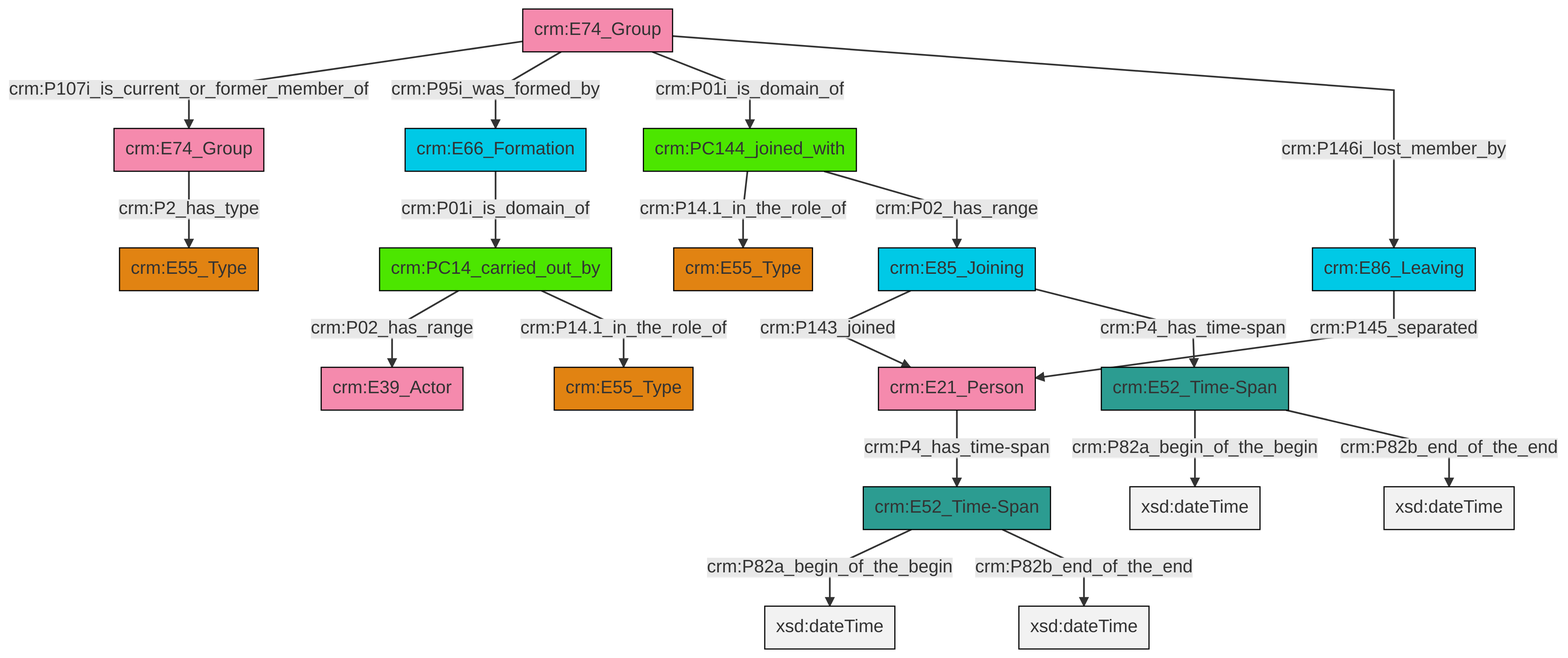
Earlier version of the Mermaid export et/groupCSV/ttl/mmd/png/group_actor_relations.png (swiss-art-research-net/docs.swissartresearch). Its source is kept beside it as et/groupCSV/ttl/mmd/group_actor_relations.ttl.mmd.
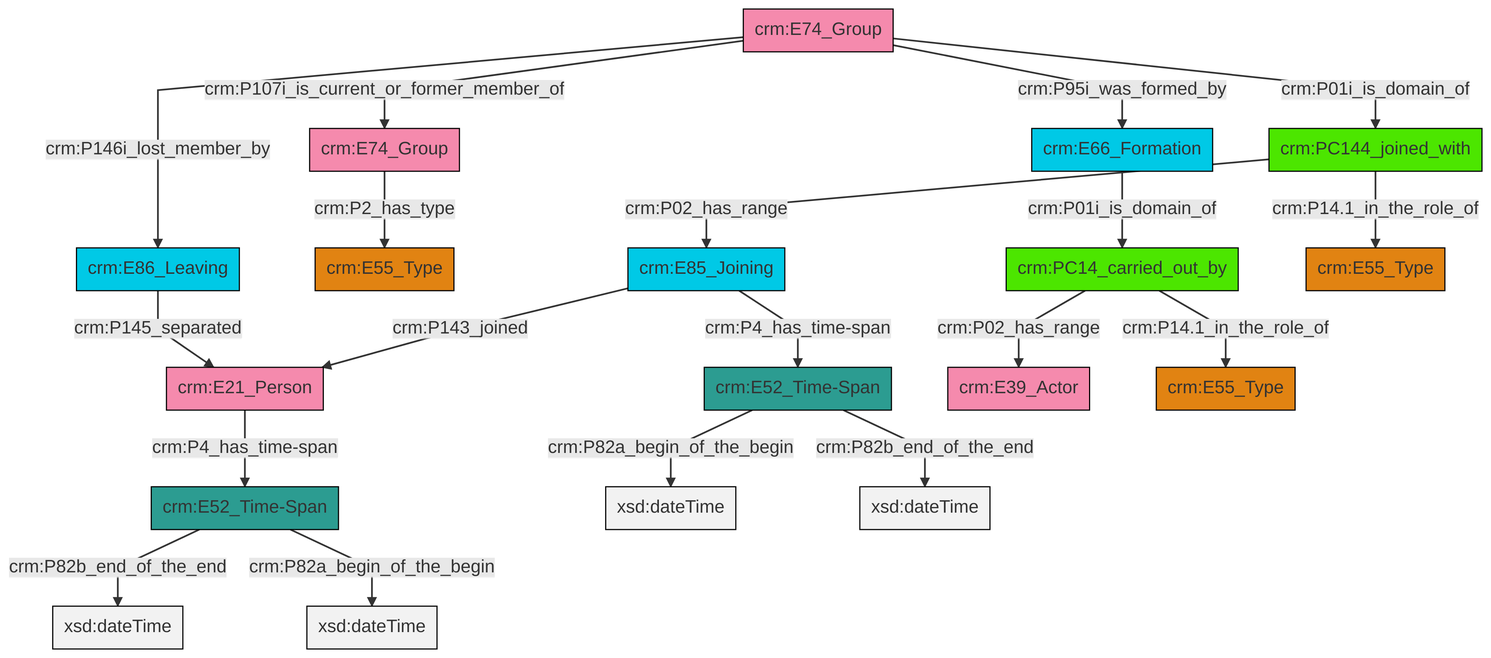
After the change.

The edit, as a diff of the source:
```diff
@@ -13,21 +13,21 @@
 classDef PC_Classes fill:#4ce600, stroke:#000000;
 classDef Multi fill:#cccccc,stroke:#000000;
 
-6["crm:PC144_joined_with"]:::PC_Classes -->|crm:P14.1_in_the_role_of| 4["crm:E55_Type"]:::Type
-7["crm:PC14_carried_out_by"]:::PC_Classes -->|crm:P02_has_range| 8["crm:E39_Actor"]:::Actor
-9["crm:E74_Group"]:::Actor -->|crm:P107i_is_current_or_former_member_of| 10["crm:E74_Group"]:::Actor
-7["crm:PC14_carried_out_by"]:::PC_Classes -->|crm:P14.1_in_the_role_of| 11["crm:E55_Type"]:::Type
-12["crm:E52_Time-Span"]:::Time-Span -->|crm:P82a_begin_of_the_begin| 14[xsd:dateTime]:::Literal
-12["crm:E52_Time-Span"]:::Time-Span -->|crm:P82b_end_of_the_end| 15[xsd:dateTime]:::Literal
-10["crm:E74_Group"]:::Actor -->|crm:P2_has_type| 0["crm:E55_Type"]:::Type
-22["crm:E66_Formation"]:::Temporal_Entity -->|crm:P01i_is_domain_of| 7["crm:PC14_carried_out_by"]:::PC_Classes
-9["crm:E74_Group"]:::Actor -->|crm:P95i_was_formed_by| 22["crm:E66_Formation"]:::Temporal_Entity
-2["crm:E21_Person"]:::Actor -->|crm:P4_has_time-span| 12["crm:E52_Time-Span"]:::Time-Span
-20["crm:E86_Leaving"]:::Temporal_Entity -->|crm:P145_separated| 2["crm:E21_Person"]:::Actor
-9["crm:E74_Group"]:::Actor -->|crm:P01i_is_domain_of| 6["crm:PC144_joined_with"]:::PC_Classes
-9["crm:E74_Group"]:::Actor -->|crm:P146i_lost_member_by| 20["crm:E86_Leaving"]:::Temporal_Entity
-6["crm:PC144_joined_with"]:::PC_Classes -->|crm:P02_has_range| 26["crm:E85_Joining"]:::Temporal_Entity
-26["crm:E85_Joining"]:::Temporal_Entity -->|crm:P143_joined| 2["crm:E21_Person"]:::Actor
-24["crm:E52_Time-Span"]:::Time-Span -->|crm:P82a_begin_of_the_begin| 32[xsd:dateTime]:::Literal
-24["crm:E52_Time-Span"]:::Time-Span -->|crm:P82b_end_of_the_end| 33[xsd:dateTime]:::Literal
-26["crm:E85_Joining"]:::Temporal_Entity -->|crm:P4_has_time-span| 24["crm:E52_Time-Span"]:::Time-Span
+2["crm:E85_Joining"]:::Temporal_Entity -->|crm:P143_joined| 3["crm:E21_Person"]:::Actor
+6["crm:E74_Group"]:::Actor -->|crm:P01i_is_domain_of| 7["crm:PC144_joined_with"]:::PC_Classes
+3["crm:E21_Person"]:::Actor -->|crm:P4_has_time-span| 0["crm:E52_Time-Span"]:::Time-Span
+2["crm:E85_Joining"]:::Temporal_Entity -->|crm:P4_has_time-span| 11["crm:E52_Time-Span"]:::Time-Span
+15["crm:E86_Leaving"]:::Temporal_Entity -->|crm:P145_separated| 3["crm:E21_Person"]:::Actor
+9["crm:PC14_carried_out_by"]:::PC_Classes -->|crm:P02_has_range| 13["crm:E39_Actor"]:::Actor
+6["crm:E74_Group"]:::Actor -->|crm:P95i_was_formed_by| 19["crm:E66_Formation"]:::Temporal_Entity
+0["crm:E52_Time-Span"]:::Time-Span -->|crm:P82b_end_of_the_end| 20[xsd:dateTime]:::Literal
+7["crm:PC144_joined_with"]:::PC_Classes -->|crm:P14.1_in_the_role_of| 22["crm:E55_Type"]:::Type
+11["crm:E52_Time-Span"]:::Time-Span -->|crm:P82a_begin_of_the_begin| 23[xsd:dateTime]:::Literal
+0["crm:E52_Time-Span"]:::Time-Span -->|crm:P82a_begin_of_the_begin| 24[xsd:dateTime]:::Literal
+7["crm:PC144_joined_with"]:::PC_Classes -->|crm:P02_has_range| 2["crm:E85_Joining"]:::Temporal_Entity
+6["crm:E74_Group"]:::Actor -->|crm:P107i_is_current_or_former_member_of| 28["crm:E74_Group"]:::Actor
+9["crm:PC14_carried_out_by"]:::PC_Classes -->|crm:P14.1_in_the_role_of| 16["crm:E55_Type"]:::Type
+6["crm:E74_Group"]:::Actor -->|crm:P146i_lost_member_by| 15["crm:E86_Leaving"]:::Temporal_Entity
+11["crm:E52_Time-Span"]:::Time-Span -->|crm:P82b_end_of_the_end| 30[xsd:dateTime]:::Literal
+19["crm:E66_Formation"]:::Temporal_Entity -->|crm:P01i_is_domain_of| 9["crm:PC14_carried_out_by"]:::PC_Classes
+28["crm:E74_Group"]:::Actor -->|crm:P2_has_type| 4["crm:E55_Type"]:::Type
```
